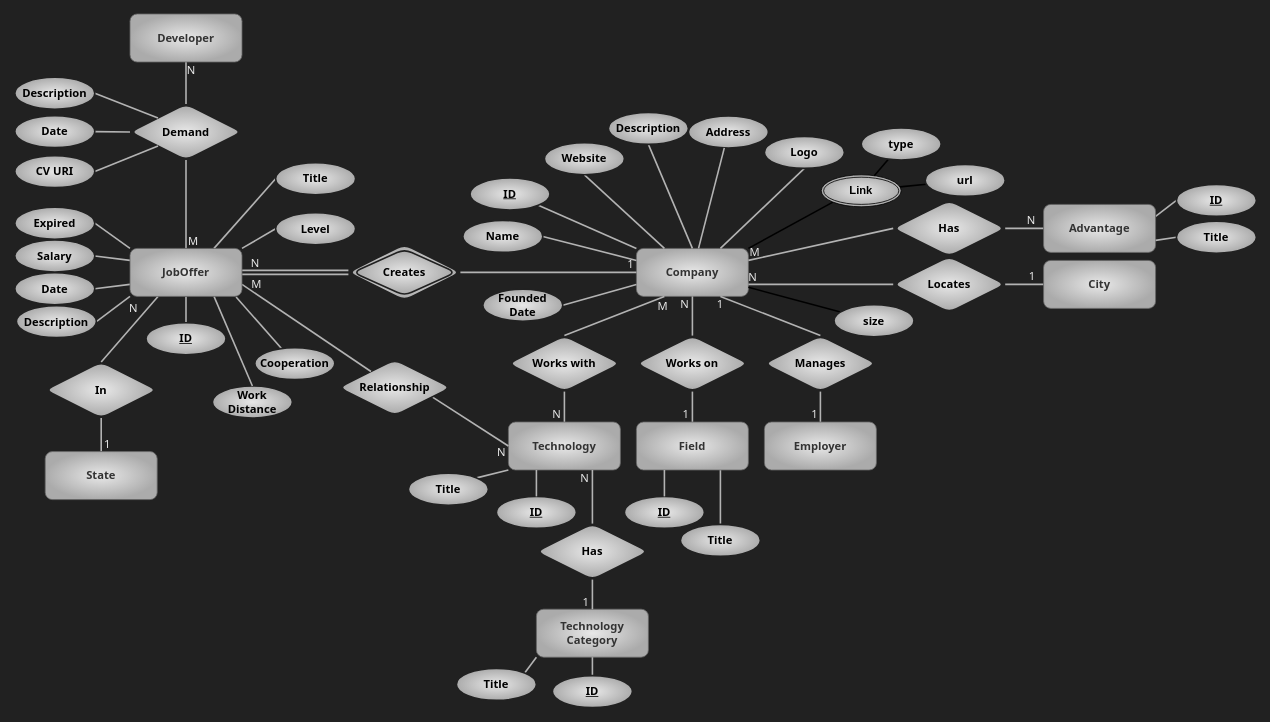
Before: page "magnet" (2 of 5) of assets/er.drawio in kntu-db/quera-norm, a draw.io diagram. Source tidied: cells renumbered, new cells numbered last; positions are measured from the earlier drawing's top-left corner, leaving out a move shared by most shapes. Both pictures are drawn from the tidied source at 80%, with x=0, y=0 at pixel (14, 14).
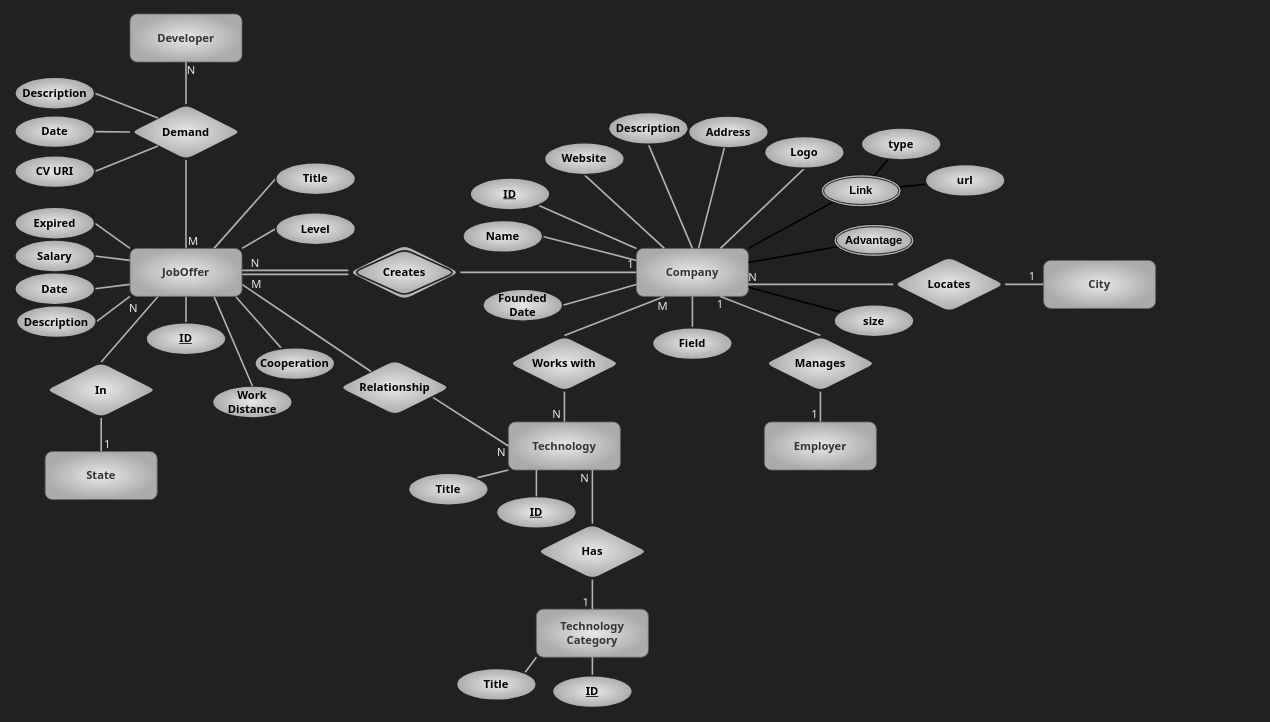
Above is the later version.

Commit message (it also covers changes not shown here):
Remove these entities and change to property: Semester, Address, LinkType, Field, ProblemTag, Advantage

Unchanged cells that the change refers to:
```xml
<mxCell id="23" value="Company" style="whiteSpace=wrap;html=1;align=center;fontFamily=Tahoma;rounded=1;fillColor=#E8E8E8;strokeColor=#666666;fontColor=#333333;gradientColor=#ABABAB;gradientDirection=radial;fontSize=14;labelBackgroundColor=none;fontStyle=1;" parent="1" vertex="1">
  <mxGeometry x="777" y="293" width="140" height="60" as="geometry" />
</mxCell>
```

Diff of the diagram source:
```diff
@@
-    <mxCell id="34" style="endArrow=none;html=1;rounded=0;shadow=0;sketch=0;fontFamily=Tahoma;fontSize=14;fontColor=#E8E8E8;strokeWidth=2;fillColor=none;strokeColor=#B3B3B3;entryX=0.5;entryY=1;entryDx=0;entryDy=0;exitX=0.5;exitY=0;exitDx=0;exitDy=0;" parent="1" edge="1" source="36" target="23">
-      <mxGeometry relative="1" as="geometry" />
-    </mxCell>
-    <mxCell id="35" value="N" style="html=1;align=right;verticalAlign=bottom;rounded=1;shadow=0;glass=0;labelBackgroundColor=none;labelBorderColor=none;fontFamily=Tahoma;fontSize=14;fontColor=#E8E8E8;strokeColor=#3D3D3D;strokeWidth=1;fillColor=#E8E8E8;gradientColor=#ABABAB;gradientDirection=radial;" parent="34" vertex="1">
-      <mxGeometry x="1" relative="1" as="geometry">
-        <mxPoint x="-4" y="20" as="offset" />
-      </mxGeometry>
-    </mxCell>
-    <mxCell id="36" value="Works on" style="shape=rhombus;perimeter=rhombusPerimeter;whiteSpace=wrap;html=1;align=center;rounded=1;labelBackgroundColor=none;fontFamily=Tahoma;fontSize=14;fontColor=#000000;strokeColor=#212121;strokeWidth=2;fillColor=#E8E8E8;gradientColor=#ABABAB;gradientDirection=radial;fontStyle=1;" parent="1" vertex="1">
-      <mxGeometry x="777" y="402" width="140" height="70" as="geometry" />
-    </mxCell>
-    <mxCell id="37" style="endArrow=none;html=1;rounded=0;shadow=0;sketch=0;fontFamily=Tahoma;fontSize=14;fontColor=#E8E8E8;strokeWidth=2;fillColor=none;strokeColor=#B3B3B3;entryX=0.5;entryY=0;entryDx=0;entryDy=0;exitX=0.5;exitY=1;exitDx=0;exitDy=0;" parent="1" edge="1" source="36" target="40">
-      <mxGeometry relative="1" as="geometry" />
-    </mxCell>
-    <mxCell id="38" value="1" style="html=1;align=right;verticalAlign=bottom;rounded=1;shadow=0;glass=0;labelBackgroundColor=none;labelBorderColor=none;fontFamily=Tahoma;fontSize=14;fontColor=#E8E8E8;strokeColor=#3D3D3D;strokeWidth=1;fillColor=#E8E8E8;gradientColor=#ABABAB;gradientDirection=radial;" parent="37" vertex="1">
-      <mxGeometry x="1" relative="1" as="geometry">
-        <mxPoint x="-4" as="offset" />
-      </mxGeometry>
-    </mxCell>
-    <mxCell id="39" style="edgeStyle=none;html=1;exitX=0.75;exitY=1;exitDx=0;exitDy=0;entryX=0.5;entryY=0;entryDx=0;entryDy=0;endArrow=none;endFill=0;strokeColor=#B3B3B3;strokeWidth=2;" parent="1" edge="1" source="40" target="105">
+    <mxCell id="39" style="edgeStyle=none;html=1;entryX=0.5;entryY=0;entryDx=0;entryDy=0;endArrow=none;endFill=0;strokeColor=#B3B3B3;strokeWidth=2;" parent="1" edge="1" source="23" target="105">
       <mxGeometry relative="1" as="geometry" />
     </mxCell>
-    <mxCell id="40" value="Field" style="whiteSpace=wrap;html=1;align=center;fontFamily=Tahoma;rounded=1;fillColor=#E8E8E8;strokeColor=#666666;fontColor=#333333;gradientColor=#ABABAB;gradientDirection=radial;fontSize=14;labelBackgroundColor=none;fontStyle=1;" parent="1" vertex="1">
-      <mxGeometry x="777" y="510" width="140" height="60" as="geometry" />
-    </mxCell>
-    <mxCell id="41" value="ID" style="ellipse;whiteSpace=wrap;html=1;align=center;fontStyle=5;rounded=1;labelBackgroundColor=none;fontFamily=Tahoma;fontSize=14;fontColor=#000000;strokeColor=#212121;strokeWidth=2;fillColor=#E8E8E8;gradientColor=#ABABAB;gradientDirection=radial;" parent="1" vertex="1">
-      <mxGeometry x="762" y="603" width="100" height="40" as="geometry" />
-    </mxCell>
-    <mxCell id="42" style="endArrow=none;html=1;rounded=1;fontFamily=Tahoma;fontSize=14;fontColor=#000000;strokeWidth=2;sketch=0;shadow=0;fillColor=none;strokeColor=#B3B3B3;exitX=0.25;exitY=1;exitDx=0;exitDy=0;entryX=0.5;entryY=0;entryDx=0;entryDy=0;" parent="1" edge="1" source="40" target="41">
-      <mxGeometry relative="1" as="geometry" />
-    </mxCell>
-    <mxCell id="43" style="endArrow=none;html=1;rounded=0;shadow=0;sketch=0;fontFamily=Tahoma;fontSize=14;fontColor=#E8E8E8;strokeWidth=2;fillColor=none;strokeColor=#B3B3B3;exitX=1;exitY=0.5;exitDx=0;exitDy=0;startArrow=none;entryX=0;entryY=0.5;entryDx=0;entryDy=0;" parent="1" edge="1" source="45" target="49">
-      <mxGeometry relative="1" as="geometry" />
-    </mxCell>
-    <mxCell id="44" value="N" style="html=1;align=right;verticalAlign=bottom;rounded=1;shadow=0;glass=0;labelBackgroundColor=none;labelBorderColor=none;fontFamily=Tahoma;fontSize=14;fontColor=#E8E8E8;strokeColor=#3D3D3D;strokeWidth=1;fillColor=#E8E8E8;gradientColor=#ABABAB;gradientDirection=radial;" parent="43" vertex="1">
-      <mxGeometry x="1" relative="1" as="geometry">
-        <mxPoint x="-10" as="offset" />
-      </mxGeometry>
-    </mxCell>
-    <mxCell id="45" value="Has" style="shape=rhombus;perimeter=rhombusPerimeter;whiteSpace=wrap;html=1;align=center;rounded=1;labelBackgroundColor=none;fontFamily=Tahoma;fontSize=14;fontColor=#000000;strokeColor=#212121;strokeWidth=2;fillColor=#E8E8E8;gradientColor=#ABABAB;gradientDirection=radial;fontStyle=1;" parent="1" vertex="1">
-      <mxGeometry x="1098" y="233" width="140" height="70" as="geometry" />
-    </mxCell>
-    <mxCell id="46" style="endArrow=none;html=1;rounded=0;shadow=0;sketch=0;fontFamily=Tahoma;fontSize=14;fontColor=#E8E8E8;strokeWidth=2;fillColor=none;strokeColor=#B3B3B3;exitX=1;exitY=0.25;exitDx=0;exitDy=0;entryX=0;entryY=0.5;entryDx=0;entryDy=0;" parent="1" edge="1" source="23" target="45">
-      <mxGeometry relative="1" as="geometry" />
-    </mxCell>
-    <mxCell id="47" value="M" style="html=1;align=left;verticalAlign=bottom;rounded=1;shadow=0;glass=0;labelBackgroundColor=none;labelBorderColor=none;fontFamily=Tahoma;fontSize=14;fontColor=#E8E8E8;strokeColor=#3D3D3D;strokeWidth=1;fillColor=#E8E8E8;gradientColor=#ABABAB;gradientDirection=radial;" parent="46" vertex="1">
-      <mxGeometry x="-1" relative="1" as="geometry" />
-    </mxCell>
-    <mxCell id="48" style="edgeStyle=none;html=1;exitX=1;exitY=0.25;exitDx=0;exitDy=0;entryX=0;entryY=0.5;entryDx=0;entryDy=0;endArrow=none;endFill=0;strokeColor=#B3B3B3;strokeWidth=2;" parent="1" edge="1" source="49" target="50">
-      <mxGeometry relative="1" as="geometry" />
-    </mxCell>
-    <mxCell id="49" value="Advantage" style="whiteSpace=wrap;html=1;align=center;fontFamily=Tahoma;rounded=1;fillColor=#E8E8E8;strokeColor=#666666;fontColor=#333333;gradientColor=#ABABAB;gradientDirection=radial;fontSize=14;labelBackgroundColor=none;fontStyle=1;" parent="1" vertex="1">
-      <mxGeometry x="1286" y="238" width="140" height="60" as="geometry" />
-    </mxCell>
-    <mxCell id="50" value="ID" style="ellipse;whiteSpace=wrap;html=1;align=center;rounded=1;labelBackgroundColor=none;fontFamily=Tahoma;fontSize=14;fontColor=#000000;strokeColor=#212121;strokeWidth=2;fillColor=#E8E8E8;gradientColor=#ABABAB;gradientDirection=radial;fontStyle=5;" parent="1" vertex="1">
-      <mxGeometry x="1452" y="213" width="100" height="40" as="geometry" />
-    </mxCell>
@@
-    <mxCell id="105" value="Title" style="ellipse;whiteSpace=wrap;html=1;align=center;fontStyle=1;rounded=1;labelBackgroundColor=none;fontFamily=Tahoma;fontSize=14;fontColor=#000000;strokeColor=#212121;strokeWidth=2;fillColor=#E8E8E8;gradientColor=#ABABAB;gradientDirection=radial;" parent="1" vertex="1">
-      <mxGeometry x="832" y="638" width="100" height="40" as="geometry" />
+    <mxCell id="105" value="Field" style="ellipse;whiteSpace=wrap;html=1;align=center;fontStyle=1;rounded=1;labelBackgroundColor=none;fontFamily=Tahoma;fontSize=14;fontColor=#000000;strokeColor=#212121;strokeWidth=2;fillColor=#E8E8E8;gradientColor=#ABABAB;gradientDirection=radial;" parent="1" vertex="1">
+      <mxGeometry x="797" y="392" width="100" height="40" as="geometry" />
     </mxCell>
-    <mxCell id="106" style="edgeStyle=none;html=1;exitX=0;exitY=0.5;exitDx=0;exitDy=0;entryX=1;entryY=0.75;entryDx=0;entryDy=0;endArrow=none;endFill=0;strokeColor=#B3B3B3;strokeWidth=2;" parent="1" edge="1" source="107" target="49">
-      <mxGeometry relative="1" as="geometry" />
-    </mxCell>
-    <mxCell id="107" value="Title" style="ellipse;whiteSpace=wrap;html=1;align=center;rounded=1;labelBackgroundColor=none;fontFamily=Tahoma;fontSize=14;fontColor=#000000;strokeColor=#212121;strokeWidth=2;fillColor=#E8E8E8;gradientColor=#ABABAB;gradientDirection=radial;fontStyle=1;" parent="1" vertex="1">
-      <mxGeometry x="1452" y="259" width="100" height="40" as="geometry" />
-    </mxCell>
@@
+    <mxCell id="124" style="edgeStyle=none;html=1;endArrow=none;endFill=0;strokeWidth=2;" parent="1" edge="1" source="49" target="23">
+      <mxGeometry relative="1" as="geometry" />
+    </mxCell>
+    <mxCell id="49" value="Advantage" style="ellipse;shape=doubleEllipse;margin=3;whiteSpace=wrap;html=1;align=center;gradientColor=#ABABAB;gradientDirection=radial;fillColor=#E8E8E8;fontSize=14;fontColor=#000000;fontStyle=1;strokeColor=#000000;" parent="1" vertex="1">
+      <mxGeometry x="1024" y="263" width="100" height="40" as="geometry" />
+    </mxCell>
```
